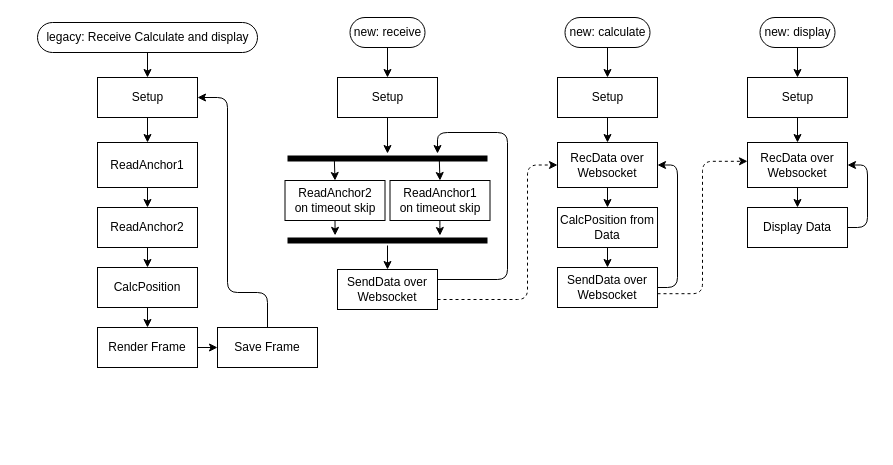
Above: Documents/DatenEinlesePy.drawio in Christophgru/Studienarbeit (draw.io), before the change. Source tidied: cells renumbered, new cells numbered last; positions are measured from the earlier drawing's top-left corner, leaving out a move shared by most shapes. Both pictures are drawn from the tidied source at 100%, with x=0, y=0 at pixel (37, 17).
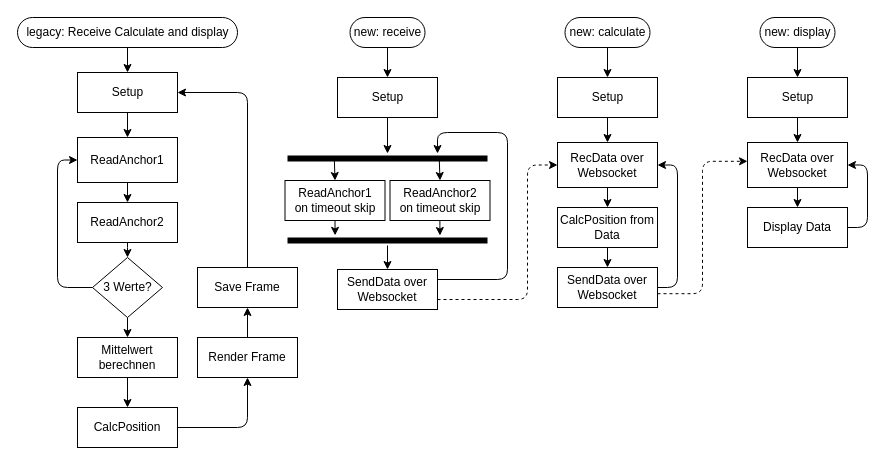
The same page after the edit.

Change to the diagram source:
```diff
@@
     <mxCell id="5" value="legacy: Receive Calculate and display" style="html=1;dashed=0;whitespace=wrap;shape=mxgraph.dfd.start;" parent="1" vertex="1">
-      <mxGeometry y="5" width="220" height="30" as="geometry" />
+      <mxGeometry x="-20" width="220" height="30" as="geometry" />
     </mxCell>
@@
     <mxCell id="7" value="Setup" style="html=1;dashed=0;whitespace=wrap;" parent="1" vertex="1">
-      <mxGeometry x="60" y="60" width="100" height="40" as="geometry" />
+      <mxGeometry x="40" y="55" width="100" height="40" as="geometry" />
     </mxCell>
@@
     <mxCell id="9" value="ReadAnchor1" style="whiteSpace=wrap;html=1;dashed=0;" parent="1" vertex="1">
-      <mxGeometry x="60" y="125" width="100" height="45" as="geometry" />
+      <mxGeometry x="40" y="120" width="100" height="45" as="geometry" />
     </mxCell>
-    <mxCell id="10" style="edgeStyle=none;html=1;" parent="1" edge="1" source="11" target="13">
+    <mxCell id="10" style="edgeStyle=none;html=1;startArrow=none;" parent="1" edge="1" source="55" target="13">
       <mxGeometry relative="1" as="geometry" />
     </mxCell>
+    <mxCell id="51" style="edgeStyle=orthogonalEdgeStyle;html=1;entryX=0.5;entryY=0;entryDx=0;entryDy=0;" parent="1" edge="1" source="11" target="54">
+      <mxGeometry relative="1" as="geometry" />
+    </mxCell>
     <mxCell id="11" value="ReadAnchor2" style="whiteSpace=wrap;html=1;dashed=0;" parent="1" vertex="1">
-      <mxGeometry x="60" y="190" width="100" height="40" as="geometry" />
+      <mxGeometry x="40" y="185" width="100" height="40" as="geometry" />
     </mxCell>
-    <mxCell id="12" style="edgeStyle=none;html=1;exitX=0.5;exitY=1;exitDx=0;exitDy=0;entryX=0.5;entryY=0;entryDx=0;entryDy=0;" parent="1" edge="1" source="13" target="15">
+    <mxCell id="12" style="edgeStyle=orthogonalEdgeStyle;html=1;entryX=0.5;entryY=1;entryDx=0;entryDy=0;" parent="1" edge="1" source="13" target="15">
       <mxGeometry relative="1" as="geometry" />
     </mxCell>
     <mxCell id="13" value="CalcPosition" style="whiteSpace=wrap;html=1;dashed=0;" parent="1" vertex="1">
-      <mxGeometry x="60" y="250" width="100" height="40" as="geometry" />
+      <mxGeometry x="40" y="390" width="100" height="40" as="geometry" />
     </mxCell>
-    <mxCell id="14" style="edgeStyle=orthogonalEdgeStyle;html=1;exitX=1;exitY=0.5;exitDx=0;exitDy=0;entryX=0;entryY=0.5;entryDx=0;entryDy=0;" parent="1" edge="1" source="15" target="50">
+    <mxCell id="14" style="edgeStyle=orthogonalEdgeStyle;html=1;entryX=0.5;entryY=1;entryDx=0;entryDy=0;" parent="1" edge="1" source="15" target="50">
       <mxGeometry relative="1" as="geometry" />
     </mxCell>
     <mxCell id="15" value="Render Frame" style="whiteSpace=wrap;html=1;dashed=0;" parent="1" vertex="1">
-      <mxGeometry x="60" y="310" width="100" height="40" as="geometry" />
+      <mxGeometry x="160" y="320" width="100" height="40" as="geometry" />
     </mxCell>
@@
-    <mxCell id="20" value="ReadAnchor1&lt;br&gt;on timeout skip" style="whiteSpace=wrap;html=1;dashed=0;" parent="1" vertex="1">
+    <mxCell id="20" value="ReadAnchor2&lt;br&gt;on timeout skip" style="whiteSpace=wrap;html=1;dashed=0;" parent="1" vertex="1">
       <mxGeometry x="352.5" y="163" width="100" height="40" as="geometry" />
     </mxCell>
@@
-    <mxCell id="22" value="ReadAnchor2&lt;br&gt;on timeout skip" style="whiteSpace=wrap;html=1;dashed=0;" parent="1" vertex="1">
+    <mxCell id="22" value="ReadAnchor1&lt;br&gt;on timeout skip" style="whiteSpace=wrap;html=1;dashed=0;" parent="1" vertex="1">
       <mxGeometry x="247.5" y="163" width="100" height="40" as="geometry" />
     </mxCell>
@@
     <mxCell id="49" style="edgeStyle=orthogonalEdgeStyle;html=1;exitX=0.5;exitY=0;exitDx=0;exitDy=0;entryX=1;entryY=0.5;entryDx=0;entryDy=0;" parent="1" edge="1" source="50" target="7">
       <mxGeometry relative="1" as="geometry">
         <Array as="points">
-          <mxPoint x="230" y="275" />
-          <mxPoint x="190" y="275" />
-          <mxPoint x="190" y="80" />
+          <mxPoint x="210" y="75" />
         </Array>
       </mxGeometry>
     </mxCell>
     <mxCell id="50" value="Save Frame" style="whiteSpace=wrap;html=1;dashed=0;" parent="1" vertex="1">
-      <mxGeometry x="180" y="310" width="100" height="40" as="geometry" />
+      <mxGeometry x="160" y="250" width="100" height="40" as="geometry" />
     </mxCell>
+    <mxCell id="52" style="edgeStyle=orthogonalEdgeStyle;html=1;entryX=0;entryY=0.5;entryDx=0;entryDy=0;exitX=0;exitY=0.5;exitDx=0;exitDy=0;" parent="1" edge="1" source="54" target="9">
+      <mxGeometry relative="1" as="geometry">
+        <Array as="points">
+          <mxPoint x="20" y="270" />
+          <mxPoint x="20" y="143" />
+        </Array>
+      </mxGeometry>
+    </mxCell>
+    <mxCell id="53" style="edgeStyle=orthogonalEdgeStyle;html=1;entryX=0.5;entryY=0;entryDx=0;entryDy=0;" parent="1" edge="1" source="54" target="55">
+      <mxGeometry relative="1" as="geometry" />
+    </mxCell>
+    <mxCell id="54" value="3 Werte?" style="shape=rhombus;html=1;dashed=0;whitespace=wrap;perimeter=rhombusPerimeter;" parent="1" vertex="1">
+      <mxGeometry x="55" y="240" width="70" height="60" as="geometry" />
+    </mxCell>
+    <mxCell id="55" value="Mittelwert&lt;br&gt;berechnen" style="whiteSpace=wrap;html=1;dashed=0;" parent="1" vertex="1">
+      <mxGeometry x="40" y="320" width="100" height="40" as="geometry" />
+    </mxCell>
```
